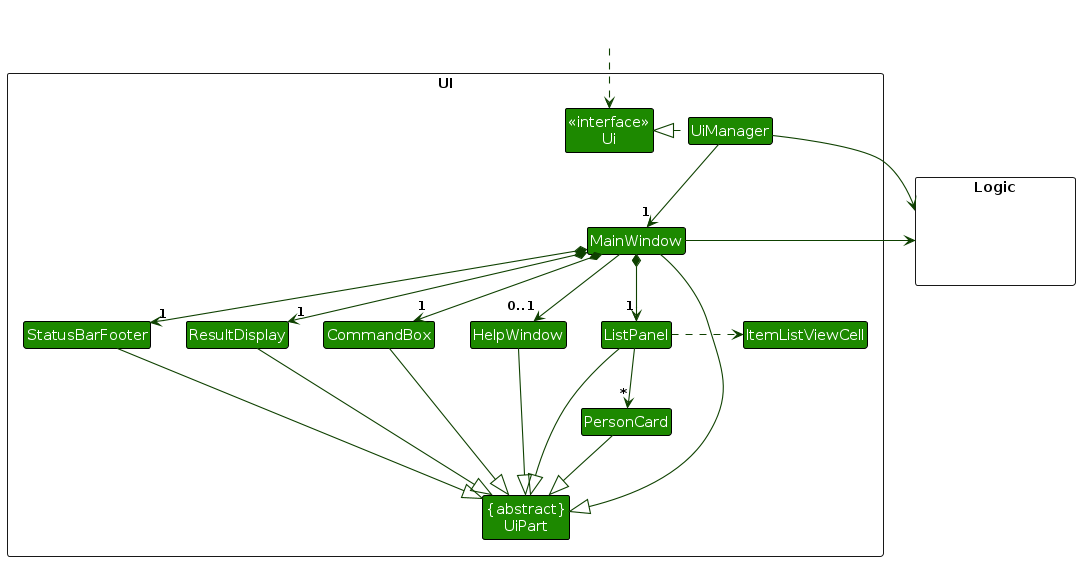
Earlier version of the PlantUML export diagrams/UiClassDiagram.png (zhonghan721/tp). Its source is kept beside it as diagrams/UiClassDiagram.puml.
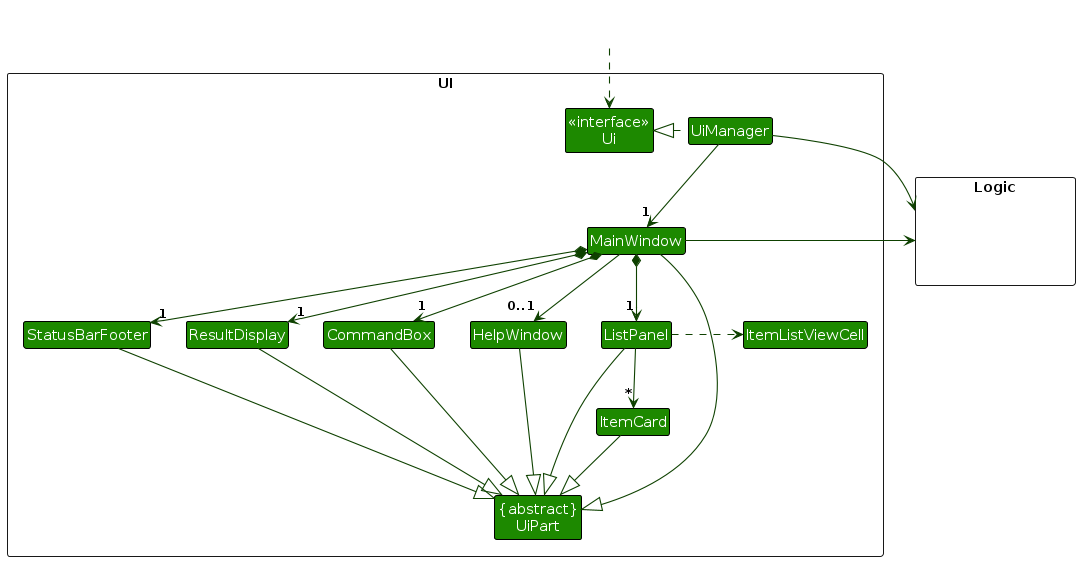
Above is the later version.

Change to the diagram source:
```diff
@@ -12,7 +12,7 @@
 Class HelpWindow
 Class ResultDisplay
 Class ListPanel
-Class PersonCard
+Class ItemCard
 Class StatusBarFooter
 Class CommandBox
 Class ItemListViewCell
@@ -33,14 +33,14 @@
 MainWindow *-down-> "1" StatusBarFooter
 MainWindow --> "0..1" HelpWindow
 
-ListPanel -down-> "*" PersonCard
+ListPanel -down-> "*" ItemCard
 
 MainWindow -left-|> UiPart
 
 ResultDisplay --|> UiPart
 CommandBox --|> UiPart
 ListPanel --|> UiPart
-PersonCard --|> UiPart
+ItemCard --|> UiPart
 StatusBarFooter --|> UiPart
 HelpWindow --|> UiPart
 
```
